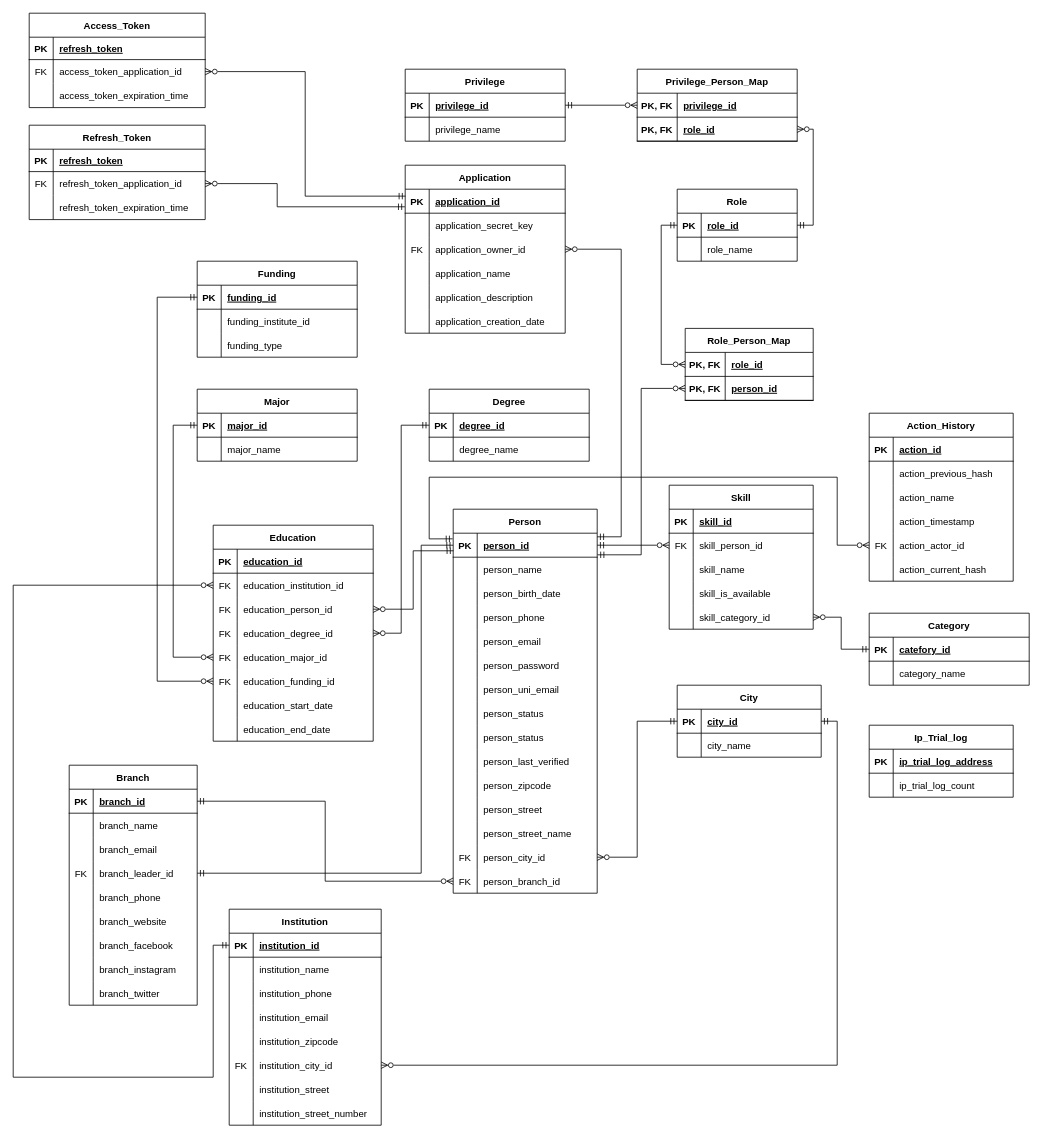
Earlier version of the draw.io diagram sql-init/Schema Sensus Database.drawio (ppijerman/ppij-identity-backend). Source tidied: cells renumbered, new cells numbered last; positions are measured from the earlier drawing's top-left corner, leaving out a move shared by most shapes. Both pictures are drawn from the tidied source at 80%, with x=0, y=0 at pixel (13, 13).
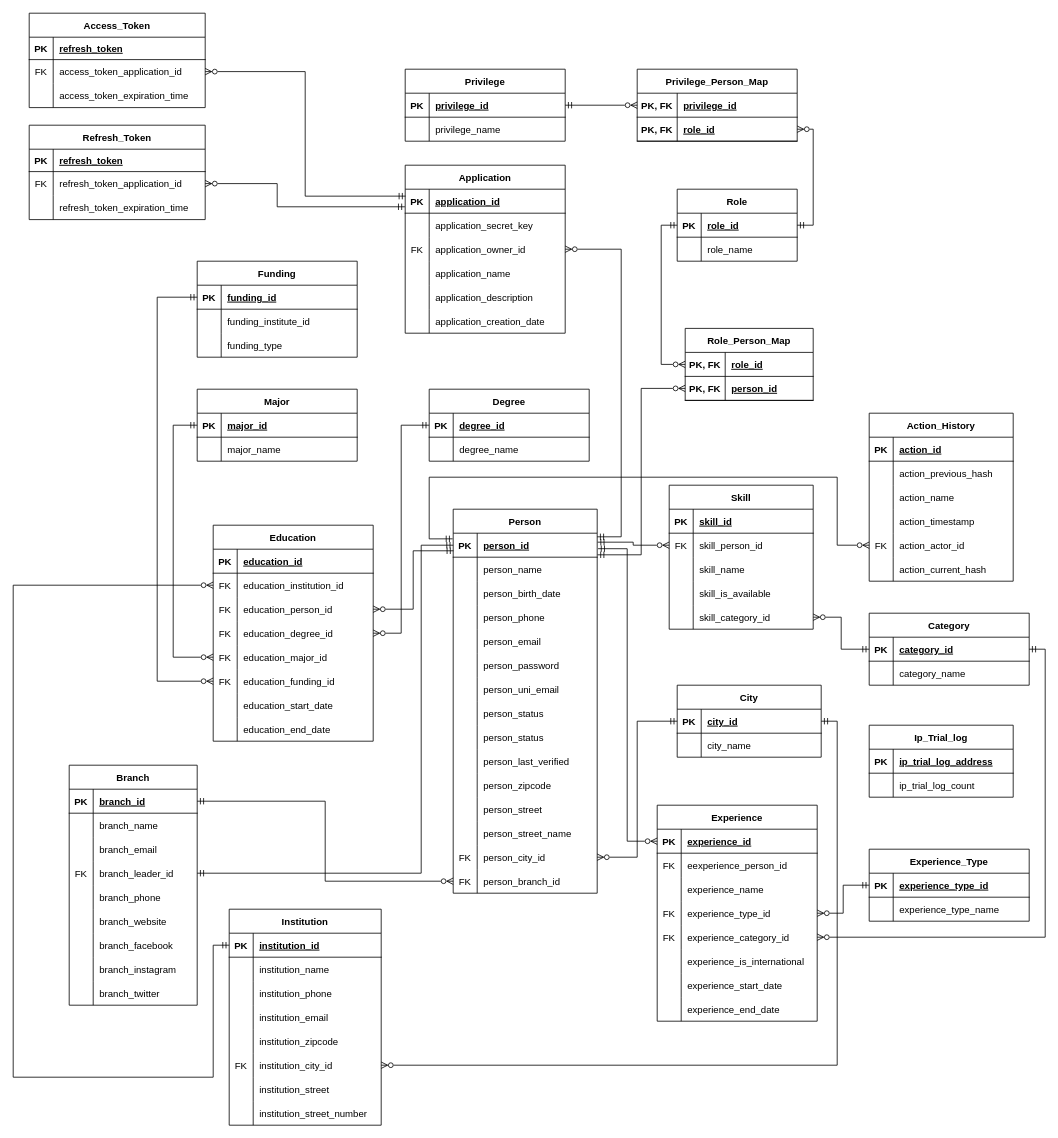
The same page after the edit.

Commit message:
Added experience tables and fixed typo

Unchanged cells that the change refers to:
```xml
<mxCell id="7" style="shape=tableRow;horizontal=0;startSize=0;swimlaneHead=0;swimlaneBody=0;fillColor=none;points=[[0,0.5],[1,0.5]];portConstraint=eastwest;top=0;left=0;right=0;bottom=1;" parent="6" vertex="1">
  <mxGeometry y="30" width="180" height="30" as="geometry" />
</mxCell>
<mxCell id="210" style="shape=tableRow;horizontal=0;startSize=0;swimlaneHead=0;swimlaneBody=0;fillColor=none;points=[[0,0.5],[1,0.5]];portConstraint=eastwest;top=0;left=0;right=0;bottom=0;" parent="206" vertex="1">
  <mxGeometry y="60" width="180" height="30" as="geometry" />
</mxCell>
<mxCell id="285" style="shape=tableRow;horizontal=0;startSize=0;swimlaneHead=0;swimlaneBody=0;fillColor=none;points=[[0,0.5],[1,0.5]];portConstraint=eastwest;top=0;left=0;right=0;bottom=1;" parent="284" vertex="1">
  <mxGeometry y="30" width="200" height="30" as="geometry" />
</mxCell>
```

What changed in the source:
```diff
@@
-    <mxCell id="222" style="edgeStyle=orthogonalEdgeStyle;rounded=0;jettySize=auto;html=1;startArrow=ERmandOne;startFill=0;endArrow=ERzeroToMany;endFill=0;exitX=1;exitY=0.5;exitDx=0;exitDy=0;" parent="1" edge="1" source="7" target="210">
+    <mxCell id="222" style="edgeStyle=orthogonalEdgeStyle;rounded=0;jettySize=auto;html=1;startArrow=ERmandOne;startFill=0;endArrow=ERzeroToMany;endFill=0;exitX=1.003;exitY=0.374;exitDx=0;exitDy=0;exitPerimeter=0;" parent="1" edge="1" source="7" target="210">
       <mxGeometry relative="1" as="geometry" />
     </mxCell>
@@
-    <mxCell id="287" value="catefory_id" style="shape=partialRectangle;fillColor=none;top=0;left=0;bottom=0;right=0;align=left;spacingLeft=6;fontStyle=5;overflow=hidden;" parent="285" vertex="1">
+    <mxCell id="287" value="category_id" style="shape=partialRectangle;fillColor=none;top=0;left=0;bottom=0;right=0;align=left;spacingLeft=6;fontStyle=5;overflow=hidden;" parent="285" vertex="1">
       <mxGeometry x="30" width="170" height="30" as="geometry" />
     </mxCell>
@@
+    <mxCell id="292" value="Experience" style="shape=table;startSize=30;childLayout=tableLayout;rowLines=0;fontStyle=1;align=center;" parent="1" vertex="1">
+      <mxGeometry x="805" y="990" width="200" height="270" as="geometry" />
+    </mxCell>
+    <mxCell id="293" style="shape=tableRow;horizontal=0;startSize=0;swimlaneHead=0;swimlaneBody=0;fillColor=none;points=[[0,0.5],[1,0.5]];portConstraint=eastwest;top=0;left=0;right=0;bottom=1;" parent="292" vertex="1">
+      <mxGeometry y="30" width="200" height="30" as="geometry" />
+    </mxCell>
+    <mxCell id="294" value="PK" style="shape=partialRectangle;fillColor=none;top=0;left=0;bottom=0;right=0;fontStyle=1;overflow=hidden;" parent="293" vertex="1">
+      <mxGeometry width="30" height="30" as="geometry" />
+    </mxCell>
+    <mxCell id="295" value="experience_id" style="shape=partialRectangle;fillColor=none;top=0;left=0;bottom=0;right=0;align=left;spacingLeft=6;fontStyle=5;overflow=hidden;" parent="293" vertex="1">
+      <mxGeometry x="30" width="170" height="30" as="geometry" />
+    </mxCell>
+    <mxCell id="296" style="shape=tableRow;horizontal=0;startSize=0;swimlaneHead=0;swimlaneBody=0;fillColor=none;top=0;left=0;right=0;bottom=0;" parent="292" vertex="1">
+      <mxGeometry y="60" width="200" height="30" as="geometry" />
+    </mxCell>
+    <mxCell id="297" value="FK" style="shape=partialRectangle;fillColor=none;top=0;left=0;bottom=0;right=0;overflow=hidden;" parent="296" vertex="1">
+      <mxGeometry width="30" height="30" as="geometry" />
+    </mxCell>
+    <mxCell id="298" value="eexperience_person_id" style="shape=partialRectangle;fillColor=none;top=0;left=0;bottom=0;right=0;align=left;spacingLeft=6;overflow=hidden;" parent="296" vertex="1">
+      <mxGeometry x="30" width="170" height="30" as="geometry" />
+    </mxCell>
+    <mxCell id="299" style="shape=tableRow;horizontal=0;startSize=0;swimlaneHead=0;swimlaneBody=0;fillColor=none;top=0;left=0;right=0;bottom=0;" parent="292" vertex="1">
+      <mxGeometry y="90" width="200" height="30" as="geometry" />
+    </mxCell>
+    <mxCell id="300" style="shape=partialRectangle;fillColor=none;top=0;left=0;bottom=0;right=0;overflow=hidden;" parent="299" vertex="1">
+      <mxGeometry width="30" height="30" as="geometry" />
+    </mxCell>
+    <mxCell id="301" value="experience_name" style="shape=partialRectangle;fillColor=none;top=0;left=0;bottom=0;right=0;align=left;spacingLeft=6;overflow=hidden;" parent="299" vertex="1">
+      <mxGeometry x="30" width="170" height="30" as="geometry" />
+    </mxCell>
+    <mxCell id="302" style="shape=tableRow;horizontal=0;startSize=0;swimlaneHead=0;swimlaneBody=0;fillColor=none;points=[[0,0.5],[1,0.5]];portConstraint=eastwest;top=0;left=0;right=0;bottom=0;" parent="292" vertex="1">
+      <mxGeometry y="120" width="200" height="30" as="geometry" />
+    </mxCell>
+    <mxCell id="303" value="FK" style="shape=partialRectangle;fillColor=none;top=0;left=0;bottom=0;right=0;overflow=hidden;" parent="302" vertex="1">
+      <mxGeometry width="30" height="30" as="geometry" />
+    </mxCell>
+    <mxCell id="304" value="experience_type_id" style="shape=partialRectangle;fillColor=none;top=0;left=0;bottom=0;right=0;align=left;spacingLeft=6;overflow=hidden;" parent="302" vertex="1">
+      <mxGeometry x="30" width="170" height="30" as="geometry" />
+    </mxCell>
+    <mxCell id="305" style="shape=tableRow;horizontal=0;startSize=0;swimlaneHead=0;swimlaneBody=0;fillColor=none;points=[[0,0.5],[1,0.5]];portConstraint=eastwest;top=0;left=0;right=0;bottom=0;" parent="292" vertex="1">
+      <mxGeometry y="150" width="200" height="30" as="geometry" />
+    </mxCell>
+    <mxCell id="306" value="FK" style="shape=partialRectangle;fillColor=none;top=0;left=0;bottom=0;right=0;overflow=hidden;" parent="305" vertex="1">
+      <mxGeometry width="30" height="30" as="geometry" />
+    </mxCell>
+    <mxCell id="307" value="experience_category_id" style="shape=partialRectangle;fillColor=none;top=0;left=0;bottom=0;right=0;align=left;spacingLeft=6;overflow=hidden;" parent="305" vertex="1">
+      <mxGeometry x="30" width="170" height="30" as="geometry" />
+    </mxCell>
+    <mxCell id="308" style="shape=tableRow;horizontal=0;startSize=0;swimlaneHead=0;swimlaneBody=0;fillColor=none;top=0;left=0;right=0;bottom=0;" parent="292" vertex="1">
+      <mxGeometry y="180" width="200" height="30" as="geometry" />
+    </mxCell>
+    <mxCell id="309" style="shape=partialRectangle;fillColor=none;top=0;left=0;bottom=0;right=0;overflow=hidden;" parent="308" vertex="1">
+      <mxGeometry width="30" height="30" as="geometry" />
+    </mxCell>
+    <mxCell id="310" value="experience_is_international" style="shape=partialRectangle;fillColor=none;top=0;left=0;bottom=0;right=0;align=left;spacingLeft=6;overflow=hidden;" parent="308" vertex="1">
+      <mxGeometry x="30" width="170" height="30" as="geometry" />
+    </mxCell>
+    <mxCell id="311" style="shape=tableRow;horizontal=0;startSize=0;swimlaneHead=0;swimlaneBody=0;fillColor=none;top=0;left=0;right=0;bottom=0;" parent="292" vertex="1">
+      <mxGeometry y="210" width="200" height="30" as="geometry" />
+    </mxCell>
+    <mxCell id="312" style="shape=partialRectangle;fillColor=none;top=0;left=0;bottom=0;right=0;overflow=hidden;" parent="311" vertex="1">
+      <mxGeometry width="30" height="30" as="geometry" />
+    </mxCell>
+    <mxCell id="313" value="experience_start_date" style="shape=partialRectangle;fillColor=none;top=0;left=0;bottom=0;right=0;align=left;spacingLeft=6;overflow=hidden;" parent="311" vertex="1">
+      <mxGeometry x="30" width="170" height="30" as="geometry" />
+    </mxCell>
+    <mxCell id="314" style="shape=tableRow;horizontal=0;startSize=0;swimlaneHead=0;swimlaneBody=0;fillColor=none;top=0;left=0;right=0;bottom=0;" parent="292" vertex="1">
+      <mxGeometry y="240" width="200" height="30" as="geometry" />
+    </mxCell>
+    <mxCell id="315" style="shape=partialRectangle;fillColor=none;top=0;left=0;bottom=0;right=0;overflow=hidden;" parent="314" vertex="1">
+      <mxGeometry width="30" height="30" as="geometry" />
+    </mxCell>
+    <mxCell id="316" value="experience_end_date" style="shape=partialRectangle;fillColor=none;top=0;left=0;bottom=0;right=0;align=left;spacingLeft=6;overflow=hidden;" parent="314" vertex="1">
+      <mxGeometry x="30" width="170" height="30" as="geometry" />
+    </mxCell>
+    <mxCell id="317" style="edgeStyle=orthogonalEdgeStyle;rounded=0;jettySize=auto;html=1;entryX=1.006;entryY=0.645;entryDx=0;entryDy=0;entryPerimeter=0;endArrow=ERmandOne;endFill=0;startArrow=ERzeroToMany;startFill=0;" parent="1" edge="1" source="293" target="7">
+      <mxGeometry relative="1" as="geometry" />
+    </mxCell>
+    <mxCell id="318" value="Experience_Type" style="shape=table;startSize=30;childLayout=tableLayout;rowLines=0;fontStyle=1;align=center;" parent="1" vertex="1">
+      <mxGeometry x="1070" y="1045" width="200" height="90" as="geometry" />
+    </mxCell>
+    <mxCell id="319" style="shape=tableRow;horizontal=0;startSize=0;swimlaneHead=0;swimlaneBody=0;fillColor=none;points=[[0,0.5],[1,0.5]];portConstraint=eastwest;top=0;left=0;right=0;bottom=1;" parent="318" vertex="1">
+      <mxGeometry y="30" width="200" height="30" as="geometry" />
+    </mxCell>
+    <mxCell id="320" value="PK" style="shape=partialRectangle;fillColor=none;top=0;left=0;bottom=0;right=0;fontStyle=1;overflow=hidden;" parent="319" vertex="1">
+      <mxGeometry width="30" height="30" as="geometry" />
+    </mxCell>
+    <mxCell id="321" value="experience_type_id" style="shape=partialRectangle;fillColor=none;top=0;left=0;bottom=0;right=0;align=left;spacingLeft=6;fontStyle=5;overflow=hidden;" parent="319" vertex="1">
+      <mxGeometry x="30" width="170" height="30" as="geometry" />
+    </mxCell>
+    <mxCell id="322" style="shape=tableRow;horizontal=0;startSize=0;swimlaneHead=0;swimlaneBody=0;fillColor=none;top=0;left=0;right=0;bottom=0;" parent="318" vertex="1">
+      <mxGeometry y="60" width="200" height="30" as="geometry" />
+    </mxCell>
+    <mxCell id="323" style="shape=partialRectangle;fillColor=none;top=0;left=0;bottom=0;right=0;overflow=hidden;" parent="322" vertex="1">
+      <mxGeometry width="30" height="30" as="geometry" />
+    </mxCell>
+    <mxCell id="324" value="experience_type_name" style="shape=partialRectangle;fillColor=none;top=0;left=0;bottom=0;right=0;align=left;spacingLeft=6;overflow=hidden;" parent="322" vertex="1">
+      <mxGeometry x="30" width="170" height="30" as="geometry" />
+    </mxCell>
+    <mxCell id="325" style="edgeStyle=orthogonalEdgeStyle;rounded=0;jettySize=auto;html=1;entryX=0;entryY=0.5;entryDx=0;entryDy=0;startArrow=ERzeroToMany;startFill=0;endArrow=ERmandOne;endFill=0;" parent="1" edge="1" source="302" target="319">
+      <mxGeometry relative="1" as="geometry" />
+    </mxCell>
+    <mxCell id="326" style="edgeStyle=orthogonalEdgeStyle;rounded=0;jettySize=auto;html=1;entryX=1;entryY=0.5;entryDx=0;entryDy=0;startArrow=ERzeroToMany;startFill=0;endArrow=ERmandOne;endFill=0;" parent="1" edge="1" source="305" target="285">
+      <mxGeometry relative="1" as="geometry" />
+    </mxCell>
```
